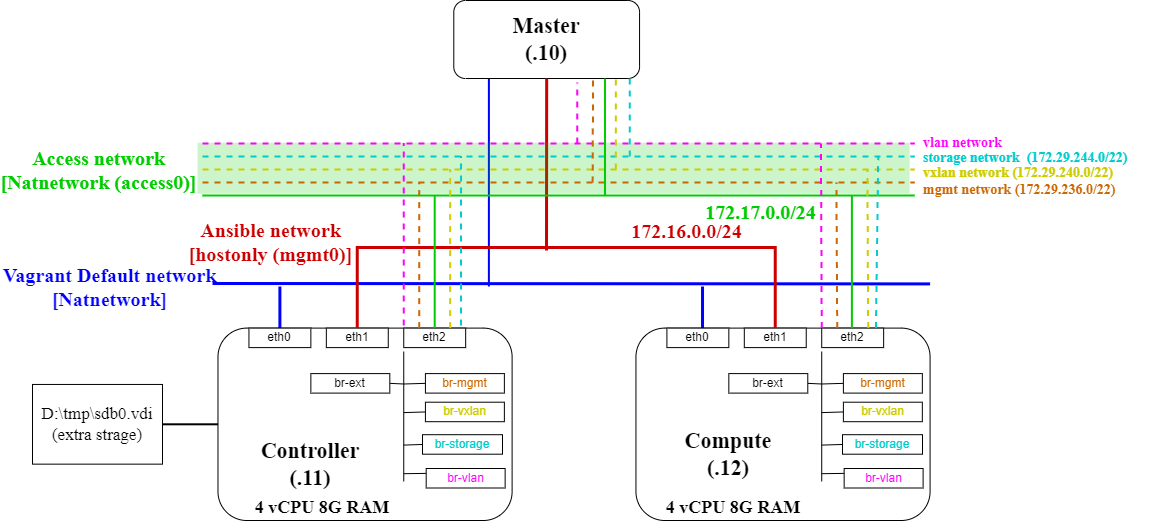
The draw.io diagram lab-openstack-ansible/topo.drawio.png in shu1r0/openstack-lab, before a commit. Source tidied: cells renumbered, new cells last; positions are measured from the earlier drawing's top-left corner, leaving out a move shared by most shapes.
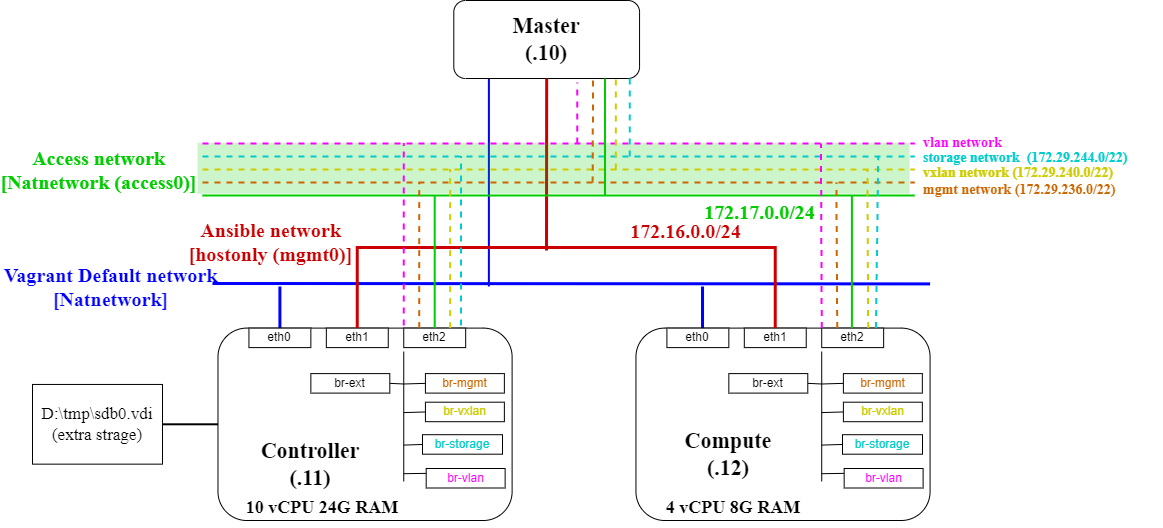
The same diagram one commit later.

The edit, as a diff of the source:
```diff
@@ -323,7 +323,7 @@
     <mxCell id="72" value="D:\tmp\sdb0.vdi&lt;br style=&quot;font-size: 17px;&quot;&gt;(extra strage)" style="rounded=0;whiteSpace=wrap;html=1;fontFamily=Times New Roman;fontSize=17;" parent="1" vertex="1">
       <mxGeometry y="383.9" width="130" height="79.7" as="geometry" />
     </mxCell>
-    <mxCell id="73" value="4 vCPU 8G RAM" style="text;html=1;strokeColor=none;fillColor=none;align=center;verticalAlign=middle;whiteSpace=wrap;rounded=0;fontFamily=Times New Roman;fontSize=18;fontStyle=1;" parent="1" vertex="1">
+    <mxCell id="73" value="10 vCPU 24G RAM" style="text;html=1;strokeColor=none;fillColor=none;align=center;verticalAlign=middle;whiteSpace=wrap;rounded=0;fontFamily=Times New Roman;fontSize=18;fontStyle=1;" parent="1" vertex="1">
       <mxGeometry x="207.7" y="487.5" width="163.6" height="39" as="geometry" />
     </mxCell>
     <mxCell id="74" value="4 vCPU 8G RAM" style="text;html=1;strokeColor=none;fillColor=none;align=center;verticalAlign=middle;whiteSpace=wrap;rounded=0;fontFamily=Times New Roman;fontSize=18;fontStyle=1;" parent="1" vertex="1">
```
